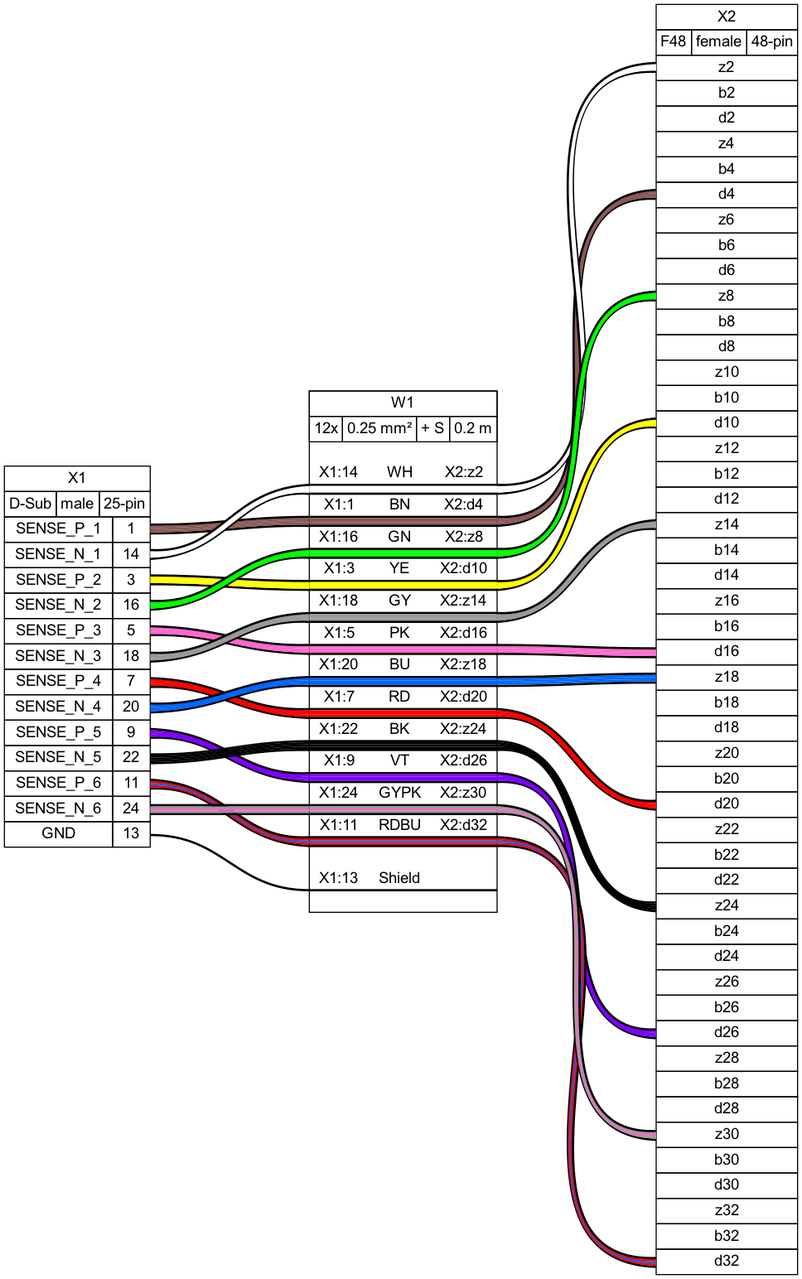
Before: examples/ex09.png, a diagram exported from Graphviz (wireviz/WireViz). Its source is kept beside it as examples/ex09.gv.
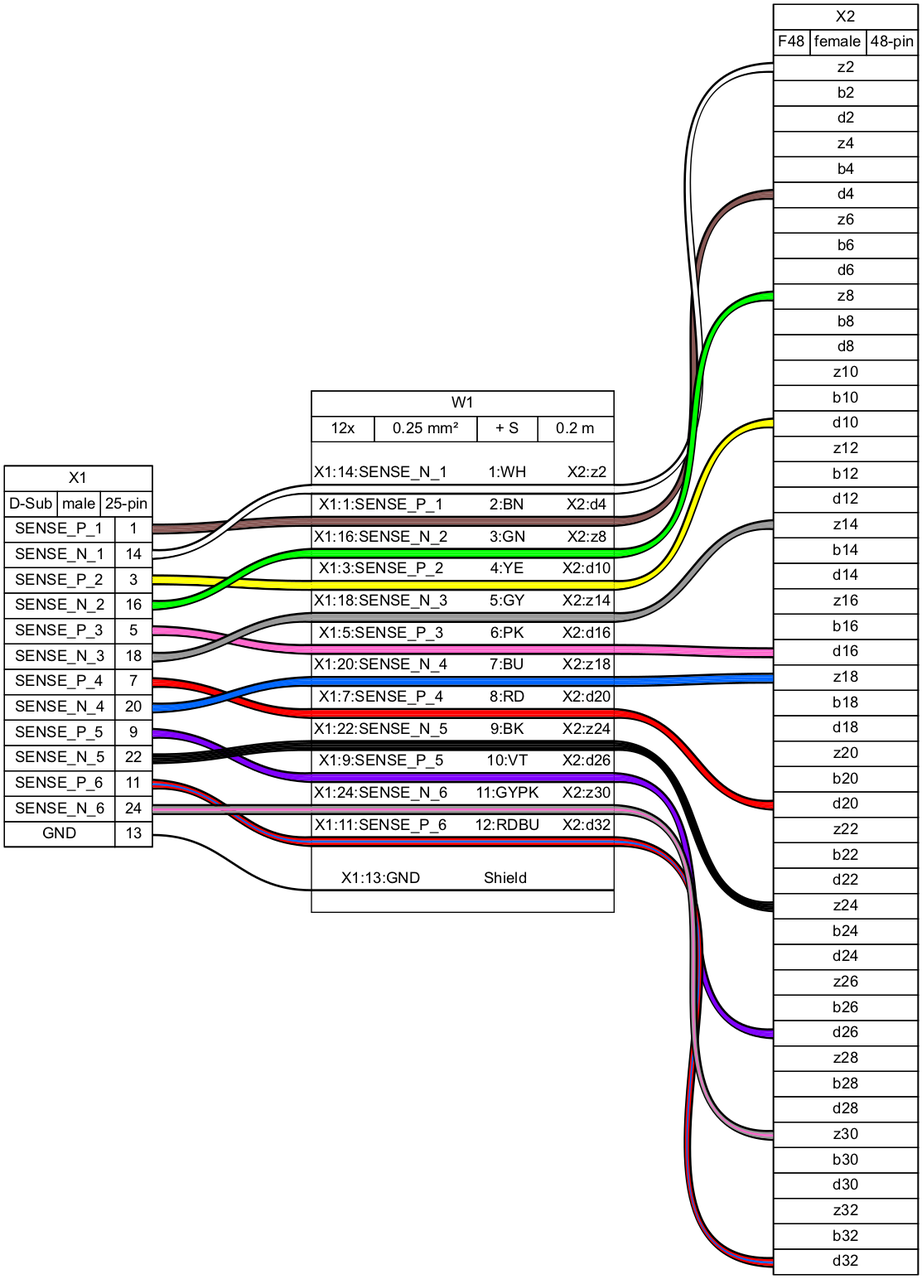
The same diagram one commit later.

What changed in the source:
```diff
@@ -1,6 +1,6 @@
 graph {
-	graph [bgcolor=white fontname=arial nodesep=0.33 rankdir=LR ranksep=2]
-	node [fillcolor=white fontname=arial shape=record style=filled]
+	graph [bgcolor="#FFFFFF" fontname=arial nodesep=0.33 rankdir=LR ranksep=2]
+	node [fillcolor="#FFFFFF" fontname=arial height=0 margin=0 shape=none style=filled width=0]
 	edge [fontname=arial style=bold]
 	X1 [label=<
 <table border="0" cellspacing="0" cellpadding="0">
@@ -24,7 +24,7 @@
    </tr>
    <tr>
     <td>SENSE_N_1</td>
-    <td port="p14r">14</td>
+    <td port="p2r">14</td>
    </tr>
    <tr>
     <td>SENSE_P_2</td>
@@ -32,7 +32,7 @@
    </tr>
    <tr>
     <td>SENSE_N_2</td>
-    <td port="p16r">16</td>
+    <td port="p4r">16</td>
    </tr>
    <tr>
     <td>SENSE_P_3</td>
@@ -40,7 +40,7 @@
    </tr>
    <tr>
     <td>SENSE_N_3</td>
-    <td port="p18r">18</td>
+    <td port="p6r">18</td>
    </tr>
    <tr>
     <td>SENSE_P_4</td>
@@ -48,7 +48,7 @@
    </tr>
    <tr>
     <td>SENSE_N_4</td>
-    <td port="p20r">20</td>
+    <td port="p8r">20</td>
    </tr>
    <tr>
     <td>SENSE_P_5</td>
@@ -56,7 +56,7 @@
    </tr>
    <tr>
     <td>SENSE_N_5</td>
-    <td port="p22r">22</td>
+    <td port="p10r">22</td>
    </tr>
    <tr>
     <td>SENSE_P_6</td>
@@ -64,7 +64,7 @@
    </tr>
    <tr>
     <td>SENSE_N_6</td>
-    <td port="p24r">24</td>
+    <td port="p12r">24</td>
    </tr>
    <tr>
     <td>GND</td>
@@ -73,7 +73,7 @@
   </table>
  </td></tr>
 </table>
-> fillcolor=white margin=0 shape=none style=filled]
+> fillcolor="#FFFFFF" shape=box style=filled]
 	X2 [label=<
 <table border="0" cellspacing="0" cellpadding="0">
  <tr><td>
@@ -91,189 +91,189 @@
  <tr><td>
   <table border="0" cellspacing="0" cellpadding="3" cellborder="1">
    <tr>
-    <td port="pz2l">z2</td>
+    <td port="p1l">z2</td>
    </tr>
    <tr>
-    <td port="pb2l">b2</td>
+    <td port="p2l">b2</td>
    </tr>
    <tr>
-    <td port="pd2l">d2</td>
+    <td port="p3l">d2</td>
    </tr>
    <tr>
-    <td port="pz4l">z4</td>
+    <td port="p4l">z4</td>
    </tr>
    <tr>
-    <td port="pb4l">b4</td>
+    <td port="p5l">b4</td>
    </tr>
    <tr>
-    <td port="pd4l">d4</td>
+    <td port="p6l">d4</td>
    </tr>
    <tr>
-    <td port="pz6l">z6</td>
+    <td port="p7l">z6</td>
    </tr>
    <tr>
-    <td port="pb6l">b6</td>
+    <td port="p8l">b6</td>
    </tr>
    <tr>
-    <td port="pd6l">d6</td>
+    <td port="p9l">d6</td>
    </tr>
    <tr>
-    <td port="pz8l">z8</td>
+    <td port="p10l">z8</td>
    </tr>
    <tr>
-    <td port="pb8l">b8</td>
+    <td port="p11l">b8</td>
    </tr>
    <tr>
-    <td port="pd8l">d8</td>
+    <td port="p12l">d8</td>
    </tr>
    <tr>
-    <td port="pz10l">z10</td>
+    <td port="p13l">z10</td>
    </tr>
    <tr>
-    <td port="pb10l">b10</td>
+    <td port="p14l">b10</td>
    </tr>
    <tr>
-    <td port="pd10l">d10</td>
+    <td port="p15l">d10</td>
    </tr>
    <tr>
-    <td port="pz12l">z12</td>
+    <td port="p16l">z12</td>
    </tr>
    <tr>
-    <td port="pb12l">b12</td>
+    <td port="p17l">b12</td>
    </tr>
    <tr>
-    <td port="pd12l">d12</td>
+    <td port="p18l">d12</td>
    </tr>
    <tr>
-    <td port="pz14l">z14</td>
+    <td port="p19l">z14</td>
    </tr>
    <tr>
-    <td port="pb14l">b14</td>
+    <td port="p20l">b14</td>
    </tr>
    <tr>
-    <td port="pd14l">d14</td>
+    <td port="p21l">d14</td>
    </tr>
    <tr>
-    <td port="pz16l">z16</td>
+    <td port="p22l">z16</td>
    </tr>
    <tr>
-    <td port="pb16l">b16</td>
+    <td port="p23l">b16</td>
    </tr>
    <tr>
-    <td port="pd16l">d16</td>
+    <td port="p24l">d16</td>
    </tr>
    <tr>
-    <td port="pz18l">z18</td>
+    <td port="p25l">z18</td>
    </tr>
    <tr>
-    <td port="pb18l">b18</td>
+    <td port="p26l">b18</td>
    </tr>
    <tr>
-    <td port="pd18l">d18</td>
+    <td port="p27l">d18</td>
    </tr>
    <tr>
-    <td port="pz20l">z20</td>
+    <td port="p28l">z20</td>
    </tr>
    <tr>
-    <td port="pb20l">b20</td>
+    <td port="p29l">b20</td>
    </tr>
    <tr>
-    <td port="pd20l">d20</td>
+    <td port="p30l">d20</td>
    </tr>
    <tr>
-    <td port="pz22l">z22</td>
+    <td port="p31l">z22</td>
    </tr>
    <tr>
-    <td port="pb22l">b22</td>
+    <td port="p32l">b22</td>
    </tr>
    <tr>
-    <td port="pd22l">d22</td>
+    <td port="p33l">d22</td>
    </tr>
    <tr>
-    <td port="pz24l">z24</td>
+    <td port="p34l">z24</td>
    </tr>
    <tr>
-    <td port="pb24l">b24</td>
+    <td port="p35l">b24</td>
    </tr>
    <tr>
-    <td port="pd24l">d24</td>
+    <td port="p36l">d24</td>
    </tr>
    <tr>
-    <td port="pz26l">z26</td>
+    <td port="p37l">z26</td>
    </tr>
    <tr>
-    <td port="pb26l">b26</td>
+    <td port="p38l">b26</td>
    </tr>
    <tr>
-    <td port="pd26l">d26</td>
+    <td port="p39l">d26</td>
    </tr>
    <tr>
-    <td port="pz28l">z28</td>
+    <td port="p40l">z28</td>
    </tr>
    <tr>
-    <td port="pb28l">b28</td>
+    <td port="p41l">b28</td>
    </tr>
    <tr>
-    <td port="pd28l">d28</td>
+    <td port="p42l">d28</td>
    </tr>
    <tr>
-    <td port="pz30l">z30</td>
+    <td port="p43l">z30</td>
    </tr>
    <tr>
-    <td port="pb30l">b30</td>
+    <td port="p44l">b30</td>
    </tr>
    <tr>
-    <td port="pd30l">d30</td>
+    <td port="p45l">d30</td>
    </tr>
    <tr>
-    <td port="pz32l">z32</td>
+    <td port="p46l">z32</td>
    </tr>
    <tr>
-    <td port="pb32l">b32</td>
+    <td port="p47l">b32</td>
    </tr>
    <tr>
-    <td port="pd32l">d32</td>
+    <td port="p48l">d32</td>
    </tr>
   </table>
  </td></tr>
 </table>
-> fillcolor=white margin=0 shape=none style=filled]
+> fillcolor="#FFFFFF" shape=box style=filled]
 	edge [color="#000000:#895956:#895956:#895956:#000000"]
 	X1:p1r:e -- W1:w2:w
-	W1:w2:e -- X2:pd4l:w
+	W1:w2:e -- X2:p6l:w
 	edge [color="#000000:#ffffff:#ffffff:#ffffff:#000000"]
-	X1:p14r:e -- W1:w1:w
-	W1:w1:e -- X2:pz2l:w
+	X1:p2r:e -- W1:w1:w
+	W1:w1:e -- X2:p1l:w
 	edge [color="#000000:#ffff00:#ffff00:#ffff00:#000000"]
 	X1:p3r:e -- W1:w4:w
-	W1:w4:e -- X2:pd10l:w
+	W1:w4:e -- X2:p15l:w
 	edge [color="#000000:#00ff00:#00ff00:#00ff00:#000000"]
-	X1:p16r:e -- W1:w3:w
-	W1:w3:e -- X2:pz8l:w
+	X1:p4r:e -- W1:w3:w
+	W1:w3:e -- X2:p10l:w
 	edge [color="#000000:#ff66cc:#ff66cc:#ff66cc:#000000"]
 	X1:p5r:e -- W1:w6:w
-	W1:w6:e -- X2:pd16l:w
+	W1:w6:e -- X2:p24l:w
 	edge [color="#000000:#999999:#999999:#999999:#000000"]
-	X1:p18r:e -- W1:w5:w
-	W1:w5:e -- X2:pz14l:w
+	X1:p6r:e -- W1:w5:w
+	W1:w5:e -- X2:p19l:w
 	edge [color="#000000:#ff0000:#ff0000:#ff0000:#000000"]
 	X1:p7r:e -- W1:w8:w
-	W1:w8:e -- X2:pd20l:w
+	W1:w8:e -- X2:p30l:w
 	edge [color="#000000:#0066ff:#0066ff:#0066ff:#000000"]
-	X1:p20r:e -- W1:w7:w
-	W1:w7:e -- X2:pz18l:w
+	X1:p8r:e -- W1:w7:w
+	W1:w7:e -- X2:p25l:w
 	edge [color="#000000:#8000ff:#8000ff:#8000ff:#000000"]
 	X1:p9r:e -- W1:w10:w
-	W1:w10:e -- X2:pd26l:w
+	W1:w10:e -- X2:p39l:w
 	edge [color="#000000:#000000:#000000:#000000:#000000"]
-	X1:p22r:e -- W1:w9:w
-	W1:w9:e -- X2:pz24l:w
+	X1:p10r:e -- W1:w9:w
+	W1:w9:e -- X2:p34l:w
 	edge [color="#000000:#ff0000:#0066ff:#ff0000:#000000"]
 	X1:p11r:e -- W1:w12:w
-	W1:w12:e -- X2:pd32l:w
+	W1:w12:e -- X2:p48l:w
 	edge [color="#000000:#999999:#ff66cc:#999999:#000000"]
-	X1:p24r:e -- W1:w11:w
-	W1:w11:e -- X2:pz30l:w
+	X1:p12r:e -- W1:w11:w
+	W1:w11:e -- X2:p43l:w
 	edge [color="#000000"]
 	X1:p13r:e -- W1:ws:w
 	W1 [label=<
@@ -295,8 +295,10 @@
   <table border="0" cellspacing="0" cellborder="0">
    <tr><td>&nbsp;</td></tr>
    <tr>
-    <td>X1:14</td>
-    <td>WH</td>
+    <td>X1:14:SENSE_N_1</td>
+    <td>
+     1:WH
+    </td>
     <td>X2:z2</td>
    </tr>
    <tr>
@@ -311,8 +313,10 @@
     </td>
    </tr>
    <tr>
-    <td>X1:1</td>
-    <td>BN</td>
+    <td>X1:1:SENSE_P_1</td>
+    <td>
+     2:BN
+    </td>
     <td>X2:d4</td>
    </tr>
    <tr>
@@ -327,8 +331,10 @@
     </td>
    </tr>
    <tr>
-    <td>X1:16</td>
-    <td>GN</td>
+    <td>X1:16:SENSE_N_2</td>
+    <td>
+     3:GN
+    </td>
     <td>X2:z8</td>
    </tr>
    <tr>
@@ -343,8 +349,10 @@
     </td>
    </tr>
    <tr>
-    <td>X1:3</td>
-    <td>YE</td>
+    <td>X1:3:SENSE_P_2</td>
+    <td>
+     4:YE
+    </td>
     <td>X2:d10</td>
    </tr>
    <tr>
@@ -359,8 +367,10 @@
     </td>
    </tr>
    <tr>
-    <td>X1:18</td>
-    <td>GY</td>
+    <td>X1:18:SENSE_N_3</td>
+    <td>
+     5:GY
+    </td>
     <td>X2:z14</td>
    </tr>
    <tr>
@@ -375,8 +385,10 @@
     </td>
    </tr>
    <tr>
-    <td>X1:5</td>
-    <td>PK</td>
+    <td>X1:5:SENSE_P_3</td>
+    <td>
+     6:PK
+    </td>
     <td>X2:d16</td>
    </tr>
    <tr>
@@ -391,8 +403,10 @@
     </td>
    </tr>
    <tr>
-    <td>X1:20</td>
-    <td>BU</td>
+    <td>X1:20:SENSE_N_4</td>
+    <td>
+     7:BU
+    </td>
     <td>X2:z18</td>
    </tr>
    <tr>
@@ -407,8 +421,10 @@
     </td>
    </tr>
    <tr>
-    <td>X1:7</td>
-    <td>RD</td>
+    <td>X1:7:SENSE_P_4</td>
+    <td>
+     8:RD
+    </td>
     <td>X2:d20</td>
    </tr>
    <tr>
@@ -423,8 +439,10 @@
     </td>
    </tr>
    <tr>
-    <td>X1:22</td>
-    <td>BK</td>
+    <td>X1:22:SENSE_N_5</td>
+    <td>
+     9:BK
+    </td>
     <td>X2:z24</td>
    </tr>
    <tr>
@@ -439,8 +457,10 @@
     </td>
    </tr>
    <tr>
-    <td>X1:9</td>
-    <td>VT</td>
+    <td>X1:9:SENSE_P_5</td>
+    <td>
+     10:VT
+    </td>
     <td>X2:d26</td>
    </tr>
    <tr>
@@ -455,8 +475,10 @@
     </td>
    </tr>
    <tr>
-    <td>X1:24</td>
-    <td>GYPK</td>
+    <td>X1:24:SENSE_N_6</td>
+    <td>
+     11:GYPK
+    </td>
     <td>X2:z30</td>
    </tr>
    <tr>
@@ -471,8 +493,10 @@
     </td>
    </tr>
    <tr>
-    <td>X1:11</td>
-    <td>RDBU</td>
+    <td>X1:11:SENSE_P_6</td>
+    <td>
+     12:RDBU
+    </td>
     <td>X2:d32</td>
    </tr>
    <tr>
@@ -488,7 +512,7 @@
    </tr>
    <tr><td>&nbsp;</td></tr>
    <tr>
-    <td>X1:13</td>
+    <td>X1:13:GND</td>
     <td>Shield</td>
     <td><!-- s_out --></td>
    </tr>
@@ -497,5 +521,5 @@
   </table>
  </td></tr>
 </table>
-> fillcolor=white margin=0 shape=box style=""]
+> fillcolor="#FFFFFF" shape=box style=filled]
 }
```
